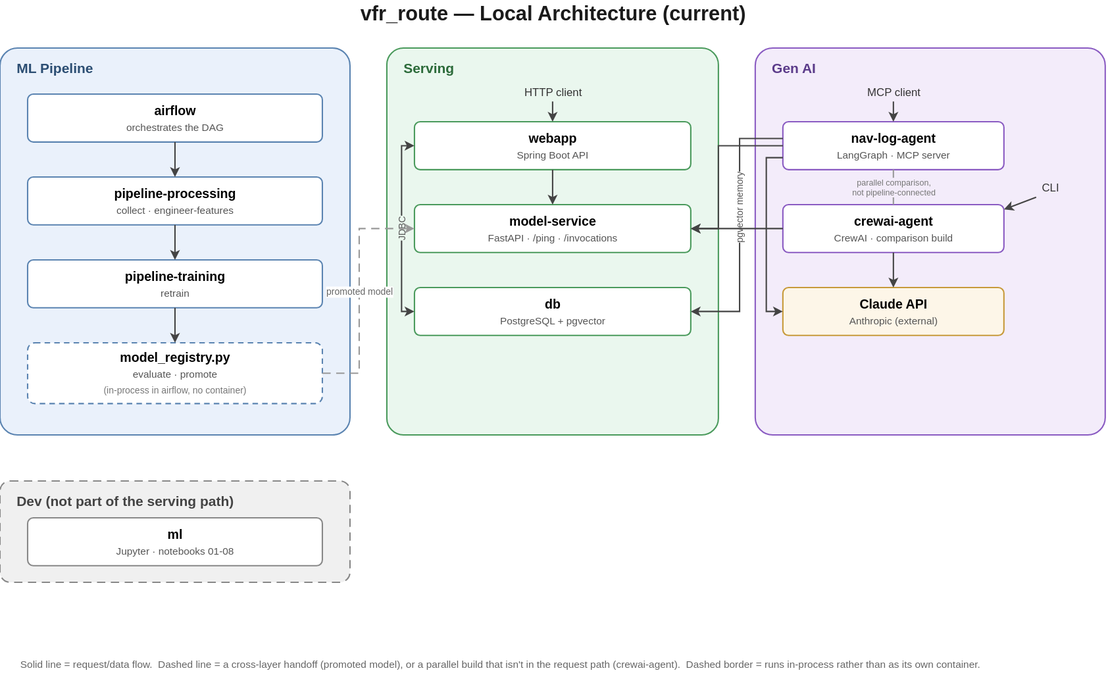
Before: docs/architecture-current.svg, a diagram exported from draw.io (asdaq-samir/flight_plan). Source tidied: cells renumbered, new cells last; positions are measured from the earlier drawing's top-left corner, leaving out a move shared by most shapes.
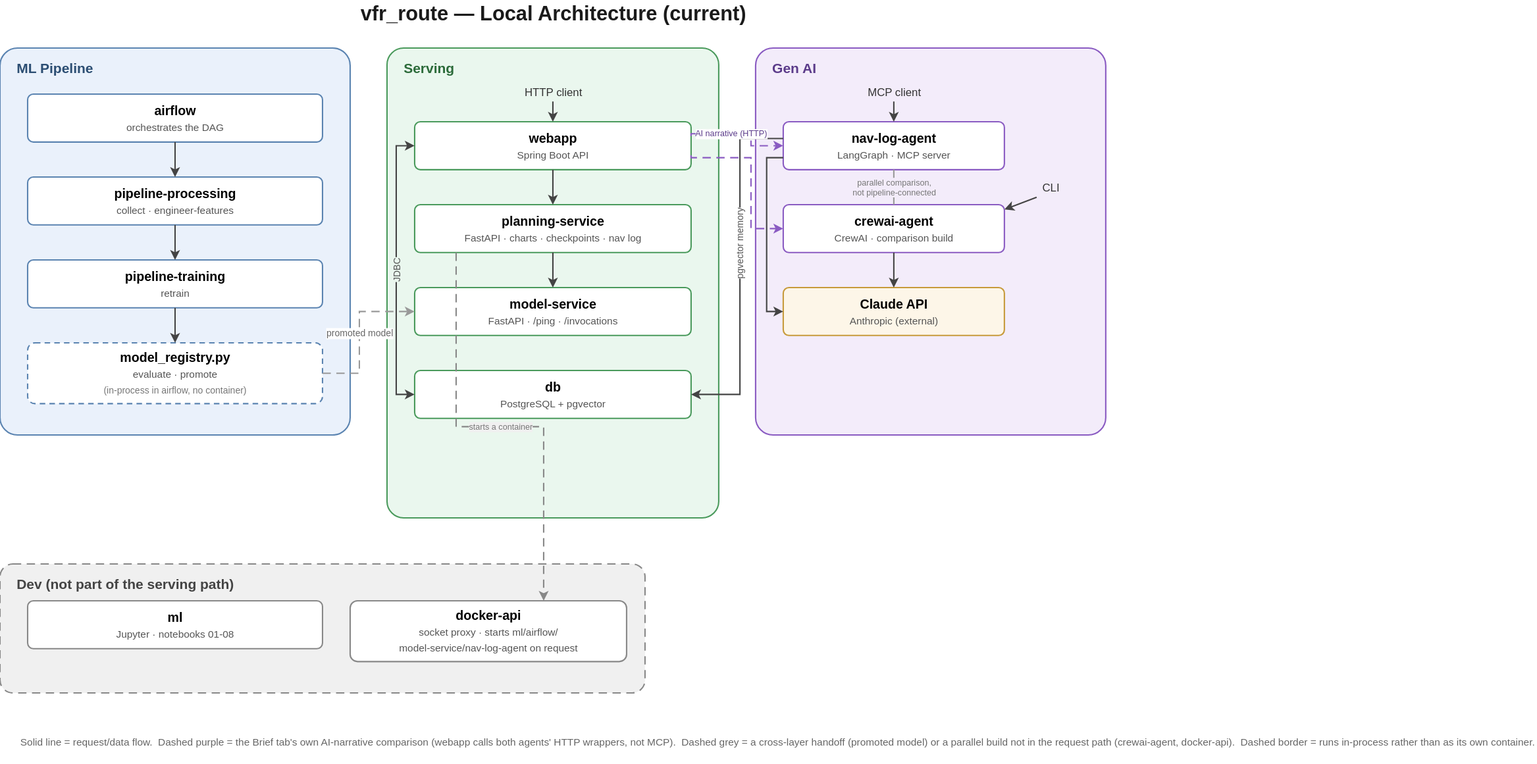
After the commit.

Commit message:
Fix architecture diagrams: both were missing planning-service entirely

Change to the diagram source:
```diff
@@ -9,13 +9,13 @@
       <mxGeometry y="52" width="380" height="420" as="geometry" />
     </mxCell>
     <mxCell id="4" value="Serving" style="rounded=1;arcSize=5;whiteSpace=wrap;html=1;fillColor=#EAF7EE;strokeColor=#4A9A5C;strokeWidth=1.5;verticalAlign=top;align=left;spacingLeft=16;spacingTop=6;fontSize=15;fontStyle=1;fontColor=#2C6B3A;" parent="1" vertex="1">
-      <mxGeometry x="420" y="52" width="360" height="420" as="geometry" />
+      <mxGeometry x="420" y="52" width="360" height="510" as="geometry" />
     </mxCell>
     <mxCell id="5" value="Gen AI" style="rounded=1;arcSize=5;whiteSpace=wrap;html=1;fillColor=#F3ECFA;strokeColor=#8A5BC2;strokeWidth=1.5;verticalAlign=top;align=left;spacingLeft=16;spacingTop=6;fontSize=15;fontStyle=1;fontColor=#5B3B8A;" parent="1" vertex="1">
       <mxGeometry x="820" y="52" width="380" height="420" as="geometry" />
     </mxCell>
     <mxCell id="6" value="Dev (not part of the serving path)" style="rounded=1;arcSize=10;whiteSpace=wrap;html=1;fillColor=#F0F0F0;strokeColor=#888888;strokeWidth=1.5;dashed=1;dashPattern=6 4;verticalAlign=top;align=left;spacingLeft=16;spacingTop=6;fontSize=15;fontStyle=1;fontColor=#444444;" parent="1" vertex="1">
-      <mxGeometry y="522" width="380" height="110" as="geometry" />
+      <mxGeometry y="612" width="700" height="140" as="geometry" />
     </mxCell>
     <mxCell id="7" value="&lt;b&gt;airflow&lt;/b&gt;&lt;br&gt;&lt;span style=&quot;font-size:11px;color:#555555;&quot;&gt;orchestrates the DAG&lt;/span&gt;" style="rounded=1;arcSize=12;whiteSpace=wrap;html=1;fillColor=#FFFFFF;strokeColor=#5B84B1;strokeWidth=1.5;fontSize=14;" parent="1" vertex="1">
       <mxGeometry x="30" y="102" width="320" height="52" as="geometry" />
@@ -35,11 +35,14 @@
     <mxCell id="12" value="&lt;b&gt;webapp&lt;/b&gt;&lt;br&gt;&lt;span style=&quot;font-size:11px;color:#555555;&quot;&gt;Spring Boot API&lt;/span&gt;" style="rounded=1;arcSize=12;whiteSpace=wrap;html=1;fillColor=#FFFFFF;strokeColor=#4A9A5C;strokeWidth=1.5;fontSize=14;" parent="1" vertex="1">
       <mxGeometry x="450" y="132" width="300" height="52" as="geometry" />
     </mxCell>
+    <mxCell id="37" value="&lt;b&gt;planning-service&lt;/b&gt;&lt;br&gt;&lt;span style=&quot;font-size:11px;color:#555555;&quot;&gt;FastAPI · charts · checkpoints · nav log&lt;/span&gt;" style="rounded=1;arcSize=12;whiteSpace=wrap;html=1;fillColor=#FFFFFF;strokeColor=#4A9A5C;strokeWidth=1.5;fontSize=14;" parent="1" vertex="1">
+      <mxGeometry x="450" y="222" width="300" height="52" as="geometry" />
+    </mxCell>
     <mxCell id="13" value="&lt;b&gt;model-service&lt;/b&gt;&lt;br&gt;&lt;span style=&quot;font-size:11px;color:#555555;&quot;&gt;FastAPI · /ping · /invocations&lt;/span&gt;" style="rounded=1;arcSize=12;whiteSpace=wrap;html=1;fillColor=#FFFFFF;strokeColor=#4A9A5C;strokeWidth=1.5;fontSize=14;" parent="1" vertex="1">
-      <mxGeometry x="450" y="222" width="300" height="52" as="geometry" />
+      <mxGeometry x="450" y="312" width="300" height="52" as="geometry" />
     </mxCell>
     <mxCell id="14" value="&lt;b&gt;db&lt;/b&gt;&lt;br&gt;&lt;span style=&quot;font-size:11px;color:#555555;&quot;&gt;PostgreSQL + pgvector&lt;/span&gt;" style="rounded=1;arcSize=12;whiteSpace=wrap;html=1;fillColor=#FFFFFF;strokeColor=#4A9A5C;strokeWidth=1.5;fontSize=14;" parent="1" vertex="1">
-      <mxGeometry x="450" y="312" width="300" height="52" as="geometry" />
+      <mxGeometry x="450" y="402" width="300" height="52" as="geometry" />
     </mxCell>
     <mxCell id="15" value="MCP client" style="text;html=1;align=center;verticalAlign=middle;fontSize=12;fontColor=#333333;" parent="1" vertex="1">
       <mxGeometry x="910" y="90" width="120" height="20" as="geometry" />
@@ -57,8 +60,11 @@
       <mxGeometry x="850" y="312" width="240" height="52" as="geometry" />
     </mxCell>
     <mxCell id="20" value="&lt;b&gt;ml&lt;/b&gt;&lt;br&gt;&lt;span style=&quot;font-size:11px;color:#555555;&quot;&gt;Jupyter · notebooks 01-08&lt;/span&gt;" style="rounded=1;arcSize=12;whiteSpace=wrap;html=1;fillColor=#FFFFFF;strokeColor=#888888;strokeWidth=1.5;fontSize=14;" parent="1" vertex="1">
-      <mxGeometry x="30" y="562" width="320" height="52" as="geometry" />
+      <mxGeometry x="30" y="652" width="320" height="52" as="geometry" />
     </mxCell>
+    <mxCell id="38" value="&lt;b&gt;docker-api&lt;/b&gt;&lt;br&gt;&lt;span style=&quot;font-size:11px;color:#555555;&quot;&gt;socket proxy · starts ml/airflow/&lt;br&gt;model-service/nav-log-agent on request&lt;/span&gt;" style="rounded=1;arcSize=12;whiteSpace=wrap;html=1;fillColor=#FFFFFF;strokeColor=#888888;strokeWidth=1.5;fontSize=14;" parent="1" vertex="1">
+      <mxGeometry x="380" y="652" width="300" height="66" as="geometry" />
+    </mxCell>
     <mxCell id="21" style="edgeStyle=orthogonalEdgeStyle;rounded=0;html=1;strokeColor=#444444;strokeWidth=1.5;endArrow=classic;endFill=1;exitX=0.5;exitY=1;entryX=0.5;entryY=0;" parent="1" edge="1" source="7" target="8">
       <mxGeometry relative="1" as="geometry" />
     </mxCell>
@@ -71,22 +77,28 @@
     <mxCell id="24" style="edgeStyle=orthogonalEdgeStyle;rounded=0;html=1;strokeColor=#444444;strokeWidth=1.5;endArrow=classic;endFill=1;exitX=0.5;exitY=1;entryX=0.5;entryY=0;" parent="1" edge="1" source="11" target="12">
       <mxGeometry relative="1" as="geometry" />
     </mxCell>
-    <mxCell id="25" style="edgeStyle=orthogonalEdgeStyle;rounded=0;html=1;strokeColor=#444444;strokeWidth=1.5;endArrow=classic;endFill=1;exitX=0.5;exitY=1;entryX=0.5;entryY=0;" parent="1" edge="1" source="12" target="13">
-      <mxGeometry relative="1" as="geometry" />
-    </mxCell>
+    <mxCell id="39" style="edgeStyle=orthogonalEdgeStyle;rounded=0;html=1;strokeColor=#444444;strokeWidth=1.5;endArrow=classic;endFill=1;exitX=0.5;exitY=1;entryX=0.5;entryY=0;" parent="1" edge="1" source="12" target="37">
+      <mxGeometry relative="1" as="geometry" />
+    </mxCell>
+    <mxCell id="40" style="edgeStyle=orthogonalEdgeStyle;rounded=0;html=1;strokeColor=#444444;strokeWidth=1.5;endArrow=classic;endFill=1;exitX=0.5;exitY=1;entryX=0.5;entryY=0;" parent="1" edge="1" source="37" target="13">
+      <mxGeometry relative="1" as="geometry" />
+    </mxCell>
     <mxCell id="26" value="JDBC" style="edgeStyle=orthogonalEdgeStyle;rounded=0;html=1;strokeColor=#444444;strokeWidth=1.5;startArrow=classic;startFill=1;endArrow=classic;endFill=1;exitX=0;exitY=0.5;entryX=0;entryY=0.5;fontSize=10;fontColor=#555555;verticalAlign=middle;labelBackgroundColor=#EAF7EE;horizontal=0;" parent="1" edge="1" source="12" target="14">
       <mxGeometry relative="1" as="geometry">
         <Array as="points">
-          <mxPoint x="436" y="158" />
-          <mxPoint x="436" y="338" />
+          <mxPoint x="430" y="158" />
+          <mxPoint x="430" y="428" />
         </Array>
       </mxGeometry>
     </mxCell>
+    <mxCell id="41" value="starts a container" style="edgeStyle=orthogonalEdgeStyle;rounded=0;html=1;strokeColor=#888888;strokeWidth=1.5;dashed=1;dashPattern=6 4;endArrow=classic;endFill=1;exitX=0.15;exitY=1;entryX=0.7;entryY=0;fontSize=9;fontColor=#777777;labelBackgroundColor=#F0F0F0;" parent="1" edge="1" source="37" target="38">
+      <mxGeometry relative="1" as="geometry" />
+    </mxCell>
     <mxCell id="27" value="promoted model" style="edgeStyle=orthogonalEdgeStyle;rounded=0;html=1;strokeColor=#999999;strokeWidth=1.5;dashed=1;dashPattern=6 4;endArrow=classic;endFill=1;exitX=1;exitY=0.5;entryX=0;entryY=0.5;fontSize=10;fontColor=#666666;labelBackgroundColor=#FFFFFF;" parent="1" edge="1" source="10" target="13">
       <mxGeometry relative="1" as="geometry">
         <Array as="points">
           <mxPoint x="390" y="405" />
-          <mxPoint x="390" y="248" />
+          <mxPoint x="390" y="338" />
         </Array>
       </mxGeometry>
     </mxCell>
@@ -106,7 +118,7 @@
       <mxGeometry x="-0.15" relative="1" as="geometry">
         <Array as="points">
           <mxPoint x="803" y="150" />
-          <mxPoint x="803" y="338" />
+          <mxPoint x="803" y="428" />
         </Array>
       </mxGeometry>
     </mxCell>
@@ -118,19 +130,24 @@
         </Array>
       </mxGeometry>
     </mxCell>
-    <mxCell id="34" style="edgeStyle=orthogonalEdgeStyle;rounded=0;html=1;strokeColor=#444444;strokeWidth=1.5;endArrow=classic;endFill=1;exitX=0;exitY=0.5;entryX=1;entryY=0.5;" parent="1" edge="1" source="17" target="13">
-      <mxGeometry relative="1" as="geometry">
-        <Array as="points">
-          <mxPoint x="780" y="158" />
-          <mxPoint x="780" y="248" />
-        </Array>
-      </mxGeometry>
-    </mxCell>
-    <mxCell id="35" style="edgeStyle=orthogonalEdgeStyle;rounded=0;html=1;strokeColor=#444444;strokeWidth=1.5;endArrow=classic;endFill=1;exitX=0;exitY=0.5;entryX=1;entryY=0.5;" parent="1" edge="1" source="18" target="13">
-      <mxGeometry relative="1" as="geometry" />
-    </mxCell>
+    <mxCell id="42" value="AI narrative (HTTP)" style="edgeStyle=orthogonalEdgeStyle;rounded=0;html=1;strokeColor=#8A5BC2;strokeWidth=1.5;dashed=1;dashPattern=6 4;endArrow=classic;endFill=1;exitX=1;exitY=0.3;entryX=0;entryY=0.5;fontSize=9;fontColor=#5B3B8A;labelBackgroundColor=#FFFFFF;" parent="1" edge="1" source="12" target="17">
+      <mxGeometry x="-0.2" relative="1" as="geometry">
+        <Array as="points">
+          <mxPoint x="815" y="145" />
+          <mxPoint x="815" y="158" />
+        </Array>
+      </mxGeometry>
+    </mxCell>
+    <mxCell id="43" style="edgeStyle=orthogonalEdgeStyle;rounded=0;html=1;strokeColor=#8A5BC2;strokeWidth=1.5;dashed=1;dashPattern=6 4;endArrow=classic;endFill=1;exitX=1;exitY=0.7;entryX=0;entryY=0.5;" parent="1" edge="1" source="12" target="18">
+      <mxGeometry relative="1" as="geometry">
+        <Array as="points">
+          <mxPoint x="815" y="171" />
+          <mxPoint x="815" y="248" />
+        </Array>
+      </mxGeometry>
+    </mxCell>
-    <mxCell id="36" value="Solid line = request/data flow.&amp;nbsp; Dashed line = a cross-layer handoff (promoted model), or a parallel build that isn't in the request path (crewai-agent).&amp;nbsp; Dashed border = runs in-process rather than as its own container." style="text;html=1;align=left;verticalAlign=middle;fontSize=11;fontColor=#666666;" parent="1" vertex="1">
-      <mxGeometry x="20" y="704" width="1000" height="34" as="geometry" />
+    <mxCell id="36" value="Solid line = request/data flow.&amp;nbsp; Dashed purple = the Brief tab's own AI-narrative comparison (webapp calls both agents' HTTP wrappers, not MCP).&amp;nbsp; Dashed grey = a cross-layer handoff (promoted model) or a parallel build not in the request path (crewai-agent, docker-api).&amp;nbsp; Dashed border = runs in-process rather than as its own container." style="text;html=1;align=left;verticalAlign=middle;fontSize=11;fontColor=#666666;" parent="1" vertex="1">
+      <mxGeometry x="20" y="782" width="1160" height="46" as="geometry" />
     </mxCell>
   </root>
 </mxGraphModel>
```
